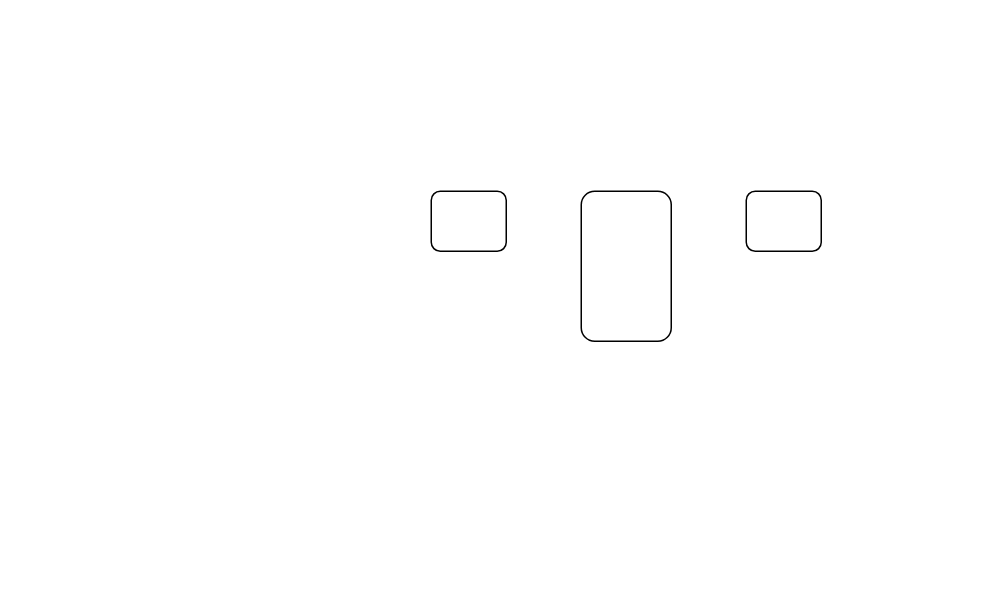
This is pgBtree.drawio from ForestLH/imghost, a draw.io file, before an edit. Source tidied: cells renumbered, new cells numbered last; positions are measured from the earlier drawing's top-left corner, leaving out a move shared by most shapes. Both pictures are drawn from the tidied source at 150%, with x=0, y=0 at pixel (430, 190).
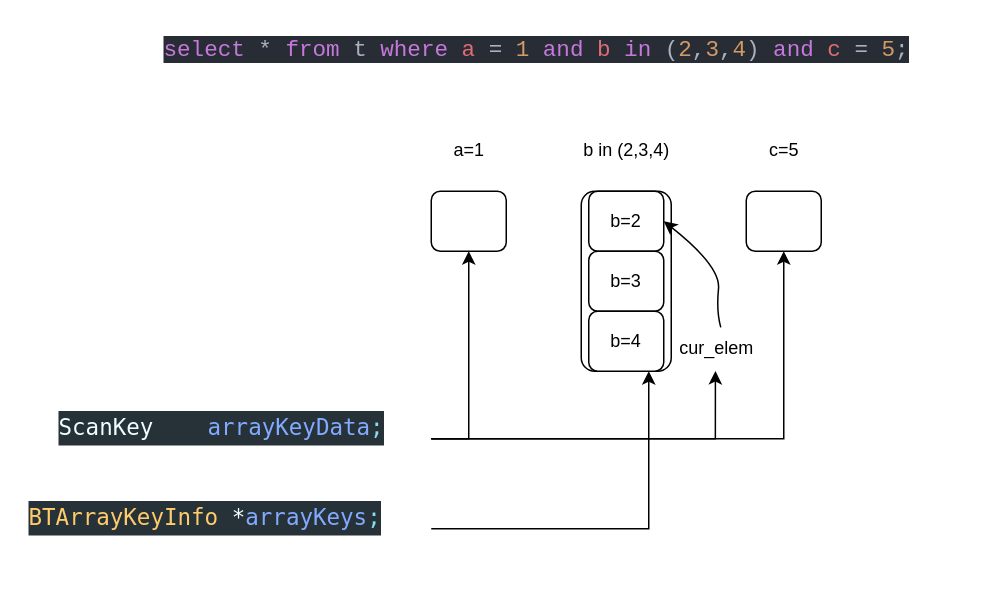
The same page after the edit.

Unchanged cells that the change refers to:
```xml
<mxCell id="3" style="rounded=1;whiteSpace=wrap;html=1;" parent="1" vertex="1">
  <mxGeometry width="50" height="40" as="geometry" />
</mxCell>
<mxCell id="4" style="rounded=1;whiteSpace=wrap;html=1;" parent="1" vertex="1">
  <mxGeometry x="210" width="50" height="40" as="geometry" />
</mxCell>
```

Change to the diagram source:
```diff
@@
     <mxCell id="2" style="rounded=1;whiteSpace=wrap;html=1;" parent="1" vertex="1">
-      <mxGeometry x="100" width="60" height="100" as="geometry" />
+      <mxGeometry x="100" width="60" height="120" as="geometry" />
     </mxCell>
@@
+    <mxCell id="5" value="&lt;div style=&quot;background-color:#282c34;color:#abb2bf;font-family:'JetBrains Mono',monospace;font-size:11.3pt;white-space:pre;&quot;&gt;&lt;span style=&quot;color:#c678dd;&quot;&gt;select &lt;/span&gt;* &lt;span style=&quot;color:#c678dd;&quot;&gt;from &lt;/span&gt;t &lt;span style=&quot;color:#c678dd;&quot;&gt;where &lt;/span&gt;&lt;span style=&quot;color:#e06c75;&quot;&gt;a &lt;/span&gt;= &lt;span style=&quot;color:#d19a66;&quot;&gt;1 &lt;/span&gt;&lt;span style=&quot;color:#c678dd;&quot;&gt;and &lt;/span&gt;&lt;span style=&quot;color:#e06c75;&quot;&gt;b &lt;/span&gt;&lt;span style=&quot;color:#c678dd;&quot;&gt;in &lt;/span&gt;(&lt;span style=&quot;color:#d19a66;&quot;&gt;2&lt;/span&gt;,&lt;span style=&quot;color:#d19a66;&quot;&gt;3&lt;/span&gt;,&lt;span style=&quot;color:#d19a66;&quot;&gt;4&lt;/span&gt;) &lt;span style=&quot;color:#c678dd;&quot;&gt;and &lt;/span&gt;&lt;span style=&quot;color:#e06c75;&quot;&gt;c &lt;/span&gt;= &lt;span style=&quot;color:#d19a66;&quot;&gt;5&lt;/span&gt;;&lt;/div&gt;" style="text;whiteSpace=wrap;html=1;" parent="1" vertex="1">
+      <mxGeometry x="-180" y="-110" width="530" height="40" as="geometry" />
+    </mxCell>
+    <mxCell id="6" value="a=1" style="text;html=1;align=center;verticalAlign=middle;strokeColor=none;fillColor=none;" parent="1" vertex="1">
+      <mxGeometry x="5" y="-42" width="40" height="30" as="geometry" />
+    </mxCell>
+    <mxCell id="7" value="b in (2,3,4)" style="text;html=1;align=center;verticalAlign=middle;strokeColor=none;fillColor=none;" parent="1" vertex="1">
+      <mxGeometry x="90" y="-42" width="80" height="30" as="geometry" />
+    </mxCell>
+    <mxCell id="8" value="c=5" style="text;html=1;align=center;verticalAlign=middle;strokeColor=none;fillColor=none;" parent="1" vertex="1">
+      <mxGeometry x="215" y="-42" width="40" height="30" as="geometry" />
+    </mxCell>
+    <mxCell id="9" style="edgeStyle=orthogonalEdgeStyle;rounded=0;jettySize=auto;html=1;exitX=1;exitY=0.5;exitDx=0;exitDy=0;entryX=0.75;entryY=1;entryDx=0;entryDy=0;" parent="1" edge="1" source="10" target="2">
+      <mxGeometry relative="1" as="geometry" />
+    </mxCell>
+    <mxCell id="10" value="&lt;div style=&quot;color: #d4d4d4;background-color: #263238;font-family: 'JetBrains Mono', Menlo, Monaco, 'Courier New', monospace;font-weight: normal;font-size: 15px;line-height: 23px;white-space: pre;&quot;&gt;&lt;div&gt;&lt;span style=&quot;color: #ffcb6b;&quot;&gt;BTArrayKeyInfo&lt;/span&gt;&lt;span style=&quot;color: #eeffff;&quot;&gt; *&lt;/span&gt;&lt;span style=&quot;color: #82aaff;&quot;&gt;arrayKeys&lt;/span&gt;&lt;span style=&quot;color: #89ddf3;&quot;&gt;;&lt;/span&gt;&lt;/div&gt;&lt;/div&gt;" style="text;whiteSpace=wrap;html=1;" parent="1" vertex="1">
+      <mxGeometry x="-270" y="200" width="270" height="50" as="geometry" />
+    </mxCell>
+    <mxCell id="11" style="edgeStyle=orthogonalEdgeStyle;rounded=0;jettySize=auto;html=1;exitX=1;exitY=0.5;exitDx=0;exitDy=0;entryX=0.5;entryY=1;entryDx=0;entryDy=0;" parent="1" edge="1" source="14" target="3">
+      <mxGeometry relative="1" as="geometry" />
+    </mxCell>
+    <mxCell id="12" style="edgeStyle=orthogonalEdgeStyle;rounded=0;jettySize=auto;html=1;exitX=1;exitY=0.5;exitDx=0;exitDy=0;entryX=0.492;entryY=0.995;entryDx=0;entryDy=0;entryPerimeter=0;" parent="1" edge="1" source="14" target="18">
+      <mxGeometry relative="1" as="geometry" />
+    </mxCell>
+    <mxCell id="13" style="edgeStyle=orthogonalEdgeStyle;rounded=0;jettySize=auto;html=1;exitX=1;exitY=0.5;exitDx=0;exitDy=0;entryX=0.5;entryY=1;entryDx=0;entryDy=0;" parent="1" edge="1" source="14" target="4">
+      <mxGeometry relative="1" as="geometry" />
+    </mxCell>
+    <mxCell id="14" value="&lt;div style=&quot;color: #d4d4d4;background-color: #263238;font-family: 'JetBrains Mono', Menlo, Monaco, 'Courier New', monospace;font-weight: normal;font-size: 15px;line-height: 23px;white-space: pre;&quot;&gt;&lt;div&gt;&lt;span style=&quot;color: #eeffff;&quot;&gt;ScanKey    &lt;/span&gt;&lt;span style=&quot;color: #82aaff;&quot;&gt;arrayKeyData&lt;/span&gt;&lt;span style=&quot;color: #89ddf3;&quot;&gt;;&lt;/span&gt;&lt;/div&gt;&lt;/div&gt;" style="text;whiteSpace=wrap;html=1;" parent="1" vertex="1">
+      <mxGeometry x="-250" y="140" width="250" height="50" as="geometry" />
+    </mxCell>
+    <mxCell id="15" value="b=2" style="rounded=1;whiteSpace=wrap;html=1;" parent="1" vertex="1">
+      <mxGeometry x="105" width="50" height="40" as="geometry" />
+    </mxCell>
+    <mxCell id="16" value="b=3" style="rounded=1;whiteSpace=wrap;html=1;" parent="1" vertex="1">
+      <mxGeometry x="105" y="40" width="50" height="40" as="geometry" />
+    </mxCell>
+    <mxCell id="17" value="b=4" style="rounded=1;whiteSpace=wrap;html=1;" parent="1" vertex="1">
+      <mxGeometry x="105" y="80" width="50" height="40" as="geometry" />
+    </mxCell>
+    <mxCell id="18" value="cur_elem" style="text;html=1;align=center;verticalAlign=middle;points=[];strokeColor=none;fillColor=none;" parent="1" vertex="1">
+      <mxGeometry x="155" y="90" width="70" height="30" as="geometry" />
+    </mxCell>
+    <mxCell id="19" style="curved=1;endArrow=classic;html=1;rounded=0;exitX=0.543;exitY=0.024;exitDx=0;exitDy=0;exitPerimeter=0;entryX=1;entryY=0.5;entryDx=0;entryDy=0;" parent="1" edge="1" source="18" target="15">
+      <mxGeometry relative="1" as="geometry">
+        <Array as="points">
+          <mxPoint x="190" y="80" />
+          <mxPoint x="193" y="50" />
+        </Array>
+      </mxGeometry>
+    </mxCell>
```
